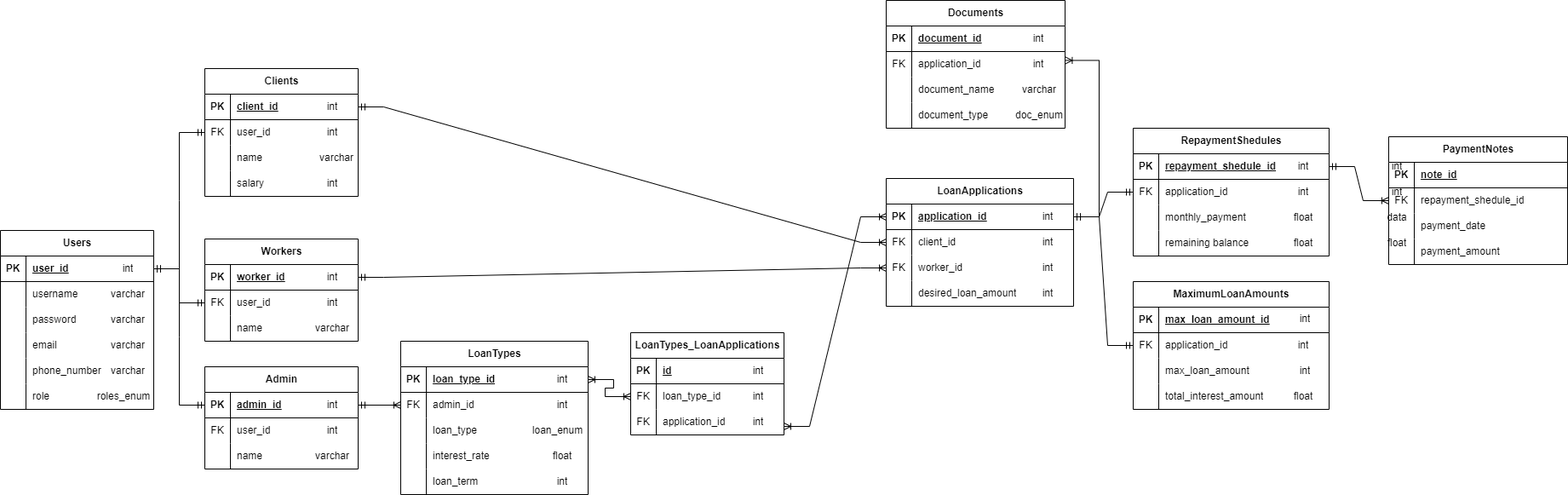
The draw.io diagram DataModelPG.png in alesanka/FinanceAdvisor, before a commit. Source tidied: cells renumbered, new cells last; positions are measured from the earlier drawing's top-left corner, leaving out a move shared by most shapes.
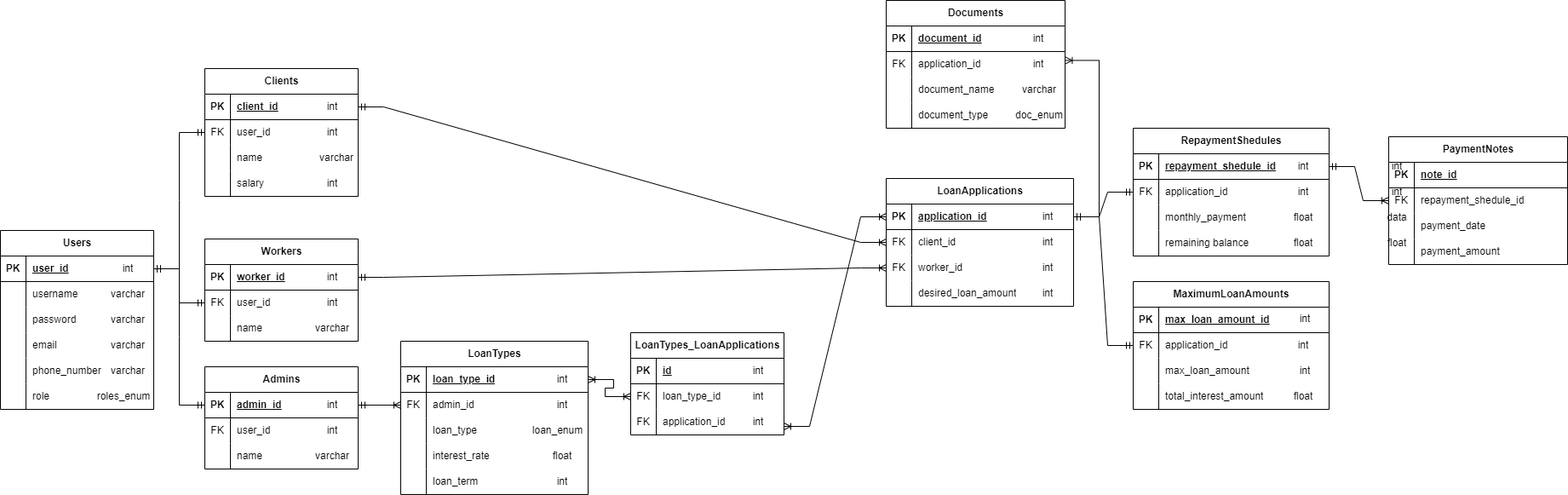
After the commit.

What changed in the source:
```diff
@@ -134,7 +134,7 @@
     <mxCell id="45" style="edgeStyle=entityRelationEdgeStyle;fontSize=12;html=1;endArrow=ERmandOne;startArrow=ERmandOne;rounded=0;entryX=0;entryY=0.5;entryDx=0;entryDy=0;exitX=1;exitY=0.5;exitDx=0;exitDy=0;" parent="1" edge="1" source="3" target="39">
       <mxGeometry relative="1" as="geometry" />
     </mxCell>
-    <mxCell id="46" value="Admin" style="shape=table;startSize=30;rowLines=0;fontStyle=1;align=center;html=1;" parent="1" vertex="1">
+    <mxCell id="46" value="Admins" style="shape=table;startSize=30;rowLines=0;fontStyle=1;align=center;html=1;" parent="1" vertex="1">
       <mxGeometry x="240" y="430" width="180" height="120" as="geometry" />
     </mxCell>
     <mxCell id="47" style="shape=tableRow;horizontal=0;startSize=0;swimlaneHead=0;swimlaneBody=0;fillColor=none;points=[[0,0.5],[1,0.5]];portConstraint=eastwest;top=0;left=0;right=0;bottom=1;" parent="46" vertex="1">
```
